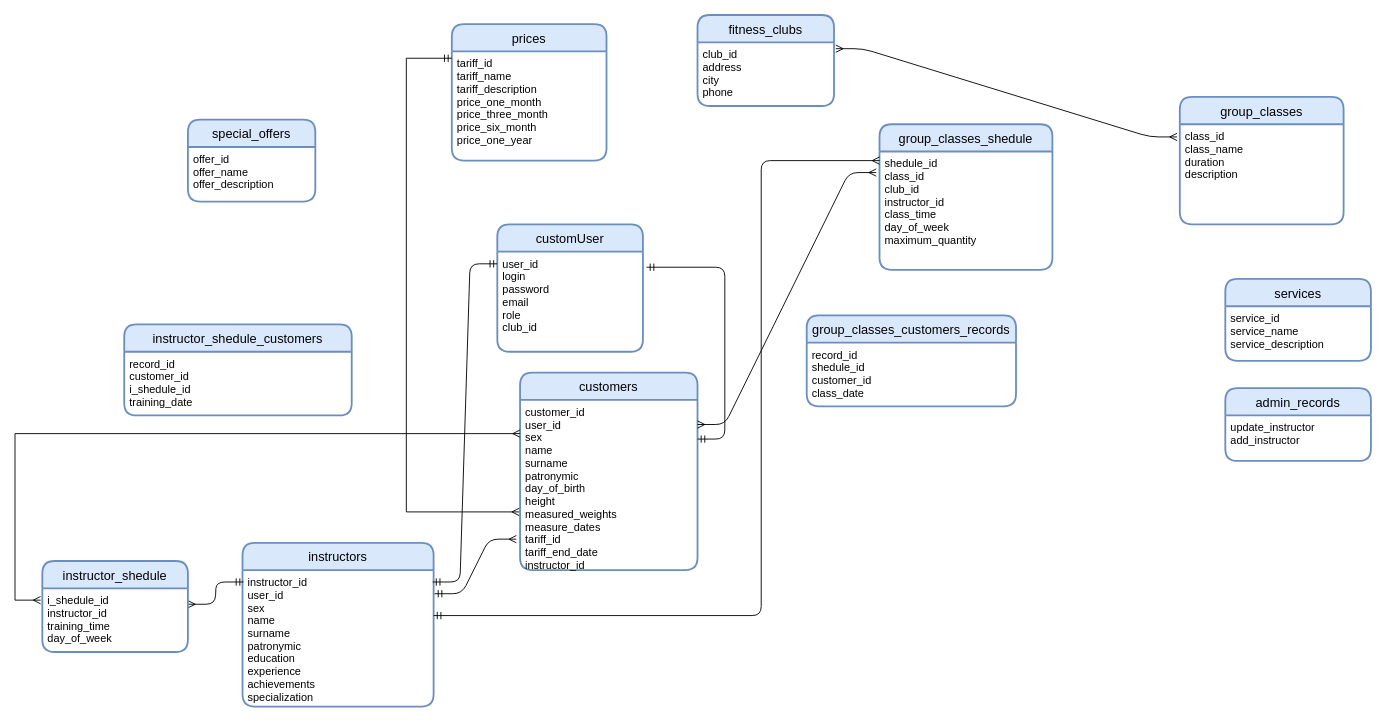
The draw.io diagram course_project_new.drawio in LyubaxaPro/database_course_project, before the edit. Source tidied: cells renumbered, new cells numbered last; positions are measured from the earlier drawing's top-left corner, leaving out a move shared by most shapes. Both pictures are drawn from the tidied source at 91%, with x=0, y=0 at pixel (15, 15).
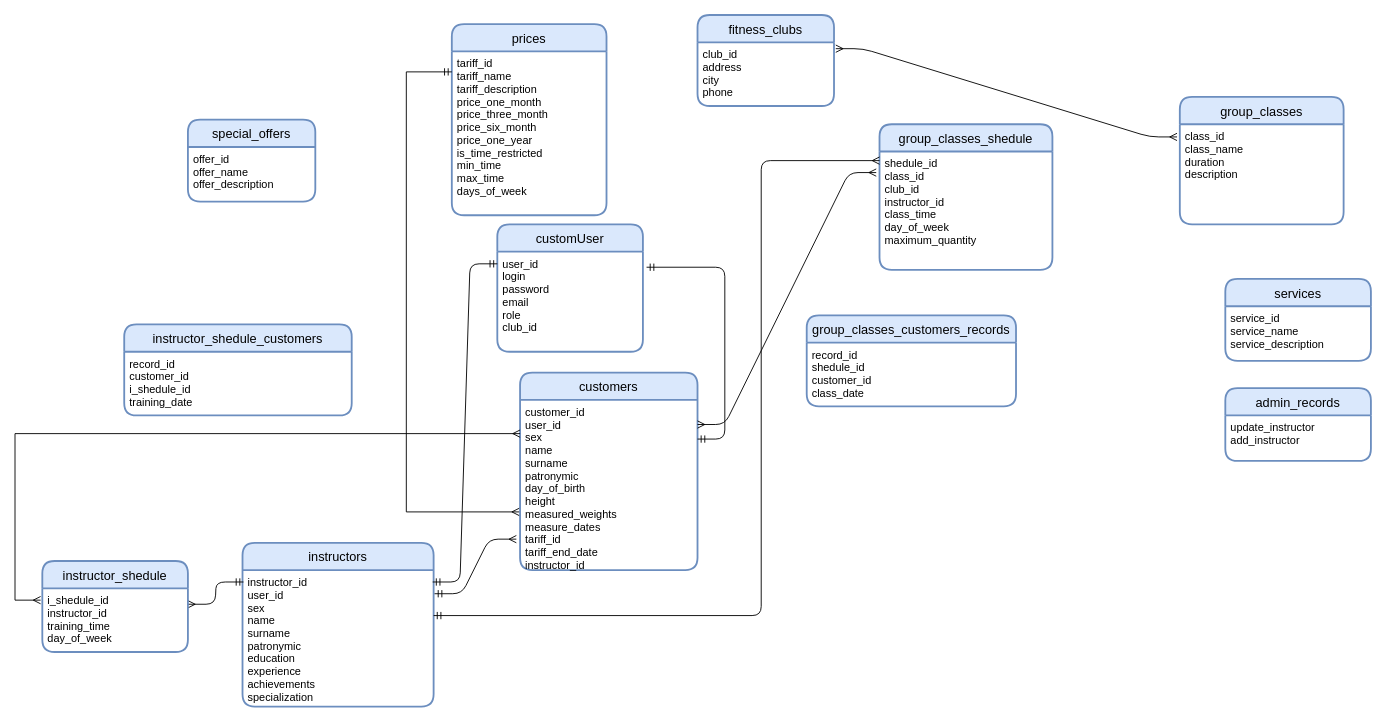
The same page after the edit.

Diff of the diagram source:
```diff
@@
     <mxCell id="8" value="prices" style="swimlane;horizontal=1;startSize=30;rounded=1;fontSize=14;fontStyle=0;strokeWidth=2;shadow=0;dashed=0;align=center;fillColor=#dae8fc;strokeColor=#6c8ebf;" parent="1" vertex="1">
-      <mxGeometry x="480" y="10" width="170" height="150" as="geometry" />
+      <mxGeometry x="480" y="10" width="170" height="210" as="geometry" />
     </mxCell>
-    <mxCell id="9" value="tariff_id&#10;tariff_name&#10;tariff_description&#10;price_one_month&#10;price_three_month&#10;price_six_month&#10;price_one_year" style="align=left;strokeColor=none;fillColor=none;spacingLeft=4;fontSize=12;verticalAlign=top;" parent="8" vertex="1">
-      <mxGeometry y="30" width="170" height="120" as="geometry" />
+    <mxCell id="9" value="tariff_id&#10;tariff_name&#10;tariff_description&#10;price_one_month&#10;price_three_month&#10;price_six_month&#10;price_one_year&#10;is_time_restricted&#10;min_time&#10;max_time&#10;days_of_week&#10;" style="align=left;strokeColor=none;fillColor=none;spacingLeft=4;fontSize=12;verticalAlign=top;" parent="8" vertex="1">
+      <mxGeometry y="30" width="170" height="180" as="geometry" />
     </mxCell>
```
